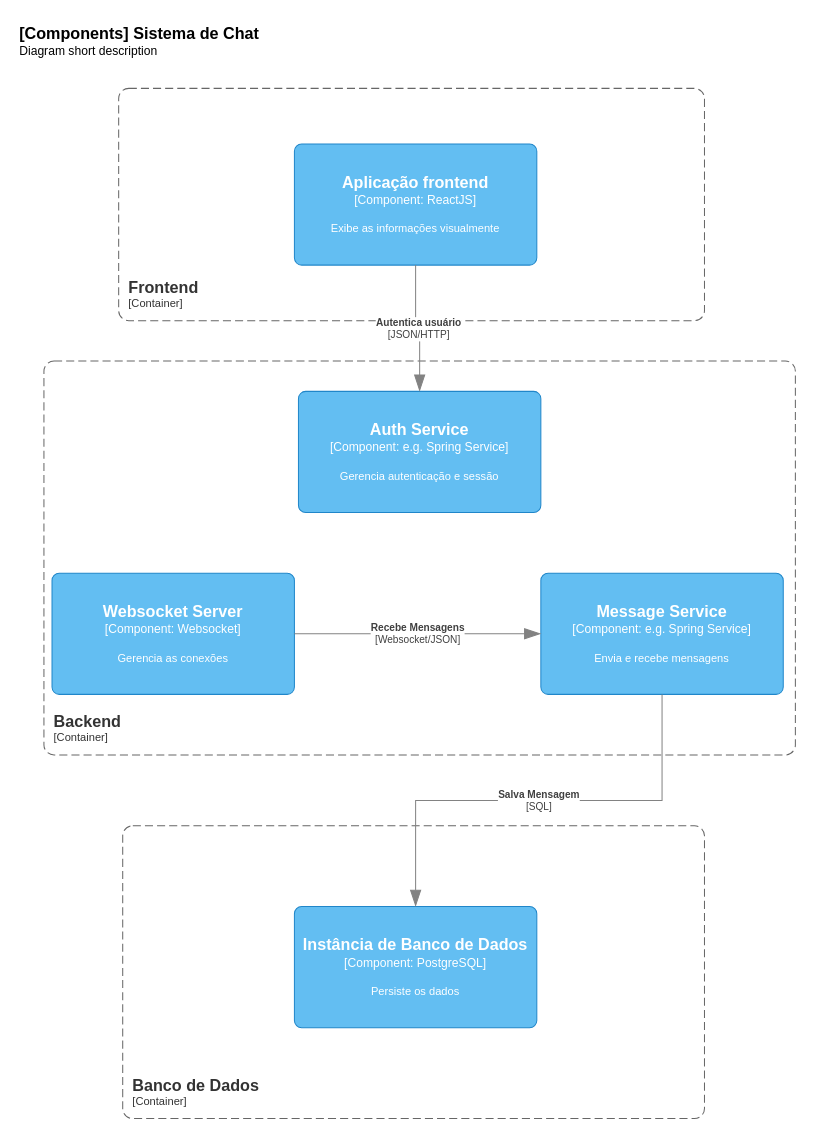
gabrielcamurcab/pos-arq-soft keeps this draw.io diagram as page "Componente" (3 of 3) of C4model.drawio. Above is the earlier version. Source tidied: cells renumbered, new cells numbered last; positions are measured from the earlier drawing's top-left corner, leaving out a move shared by most shapes. Both pictures are drawn from the tidied source at 101%, with x=0, y=0 at pixel (17, 17).
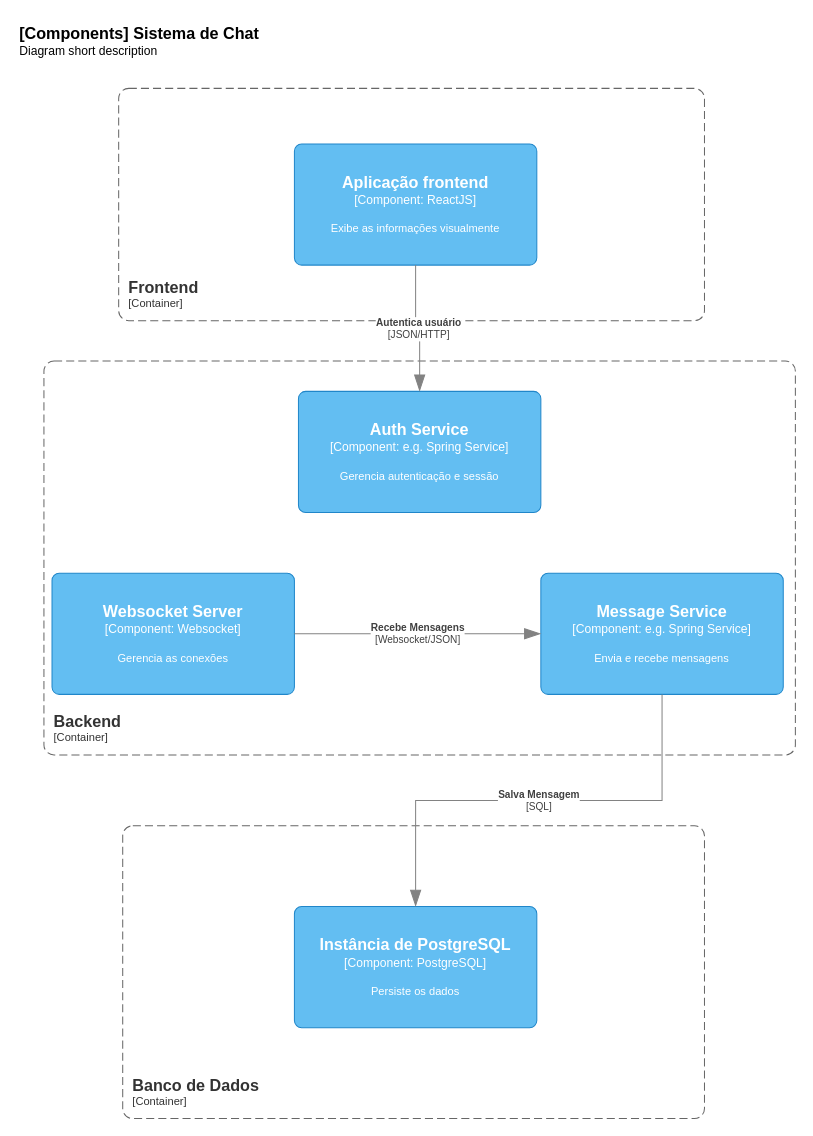
Above is the later version.

What changed in the source:
```diff
@@
-    <object id="9" label="&lt;font style=&quot;font-size: 16px&quot;&gt;&lt;b&gt;%c4Name%&lt;/b&gt;&lt;/font&gt;&lt;div&gt;[%c4Type%: %c4Technology%]&lt;/div&gt;&lt;br&gt;&lt;div&gt;&lt;font style=&quot;font-size: 11px&quot;&gt;%c4Description%&lt;/font&gt;&lt;/div&gt;" c4Description="Persiste os dados" c4Name="Instância de Banco de Dados" c4Technology="PostgreSQL" c4Type="Component" placeholders="1">
+    <object id="9" label="&lt;font style=&quot;font-size: 16px&quot;&gt;&lt;b&gt;%c4Name%&lt;/b&gt;&lt;/font&gt;&lt;div&gt;[%c4Type%: %c4Technology%]&lt;/div&gt;&lt;br&gt;&lt;div&gt;&lt;font style=&quot;font-size: 11px&quot;&gt;%c4Description%&lt;/font&gt;&lt;/div&gt;" c4Description="Persiste os dados" c4Name="Instância de PostgreSQL" c4Technology="PostgreSQL" c4Type="Component" placeholders="1">
       <mxCell style="rounded=1;whiteSpace=wrap;html=1;labelBackgroundColor=none;fillColor=#63BEF2;fontColor=#ffffff;align=center;arcSize=6;strokeColor=#2086C9;points=[[0.25,0,0],[0.5,0,0],[0.75,0,0],[1,0.25,0],[1,0.5,0],[1,0.75,0],[0.75,1,0],[0.5,1,0],[0.25,1,0],[0,0.75,0],[0,0.5,0],[0,0.25,0]];" parent="1" vertex="1">
         <mxGeometry x="274" y="880" width="240" height="120" as="geometry" />
       </mxCell>
     </object>
```
